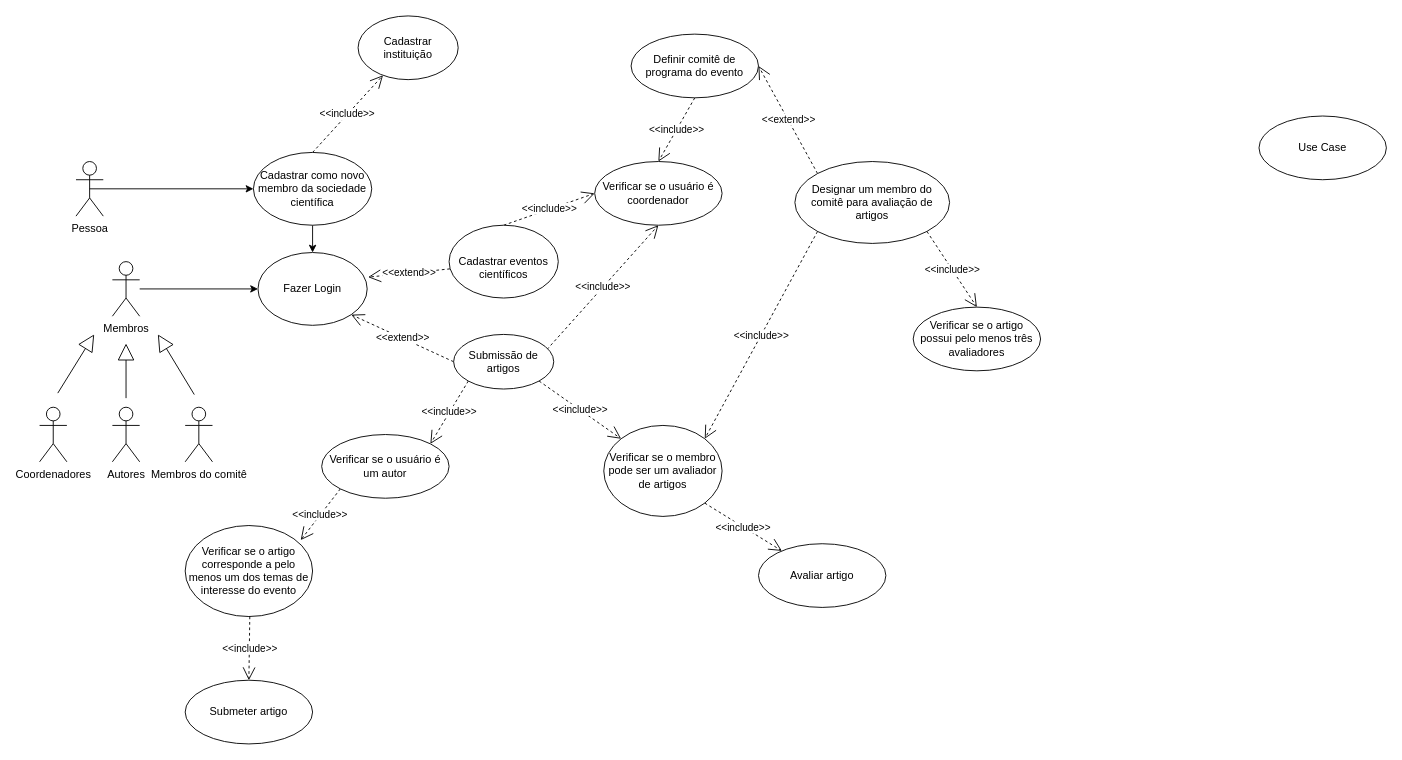
Earlier version of the draw.io diagram Sociedade Científica.drawio (medinajk/estudo-de-caso). Source tidied: cells renumbered, new cells numbered last; positions are measured from the earlier drawing's top-left corner, leaving out a move shared by most shapes. Both pictures are drawn from the tidied source at 91%, with x=0, y=0 at pixel (39, 15).
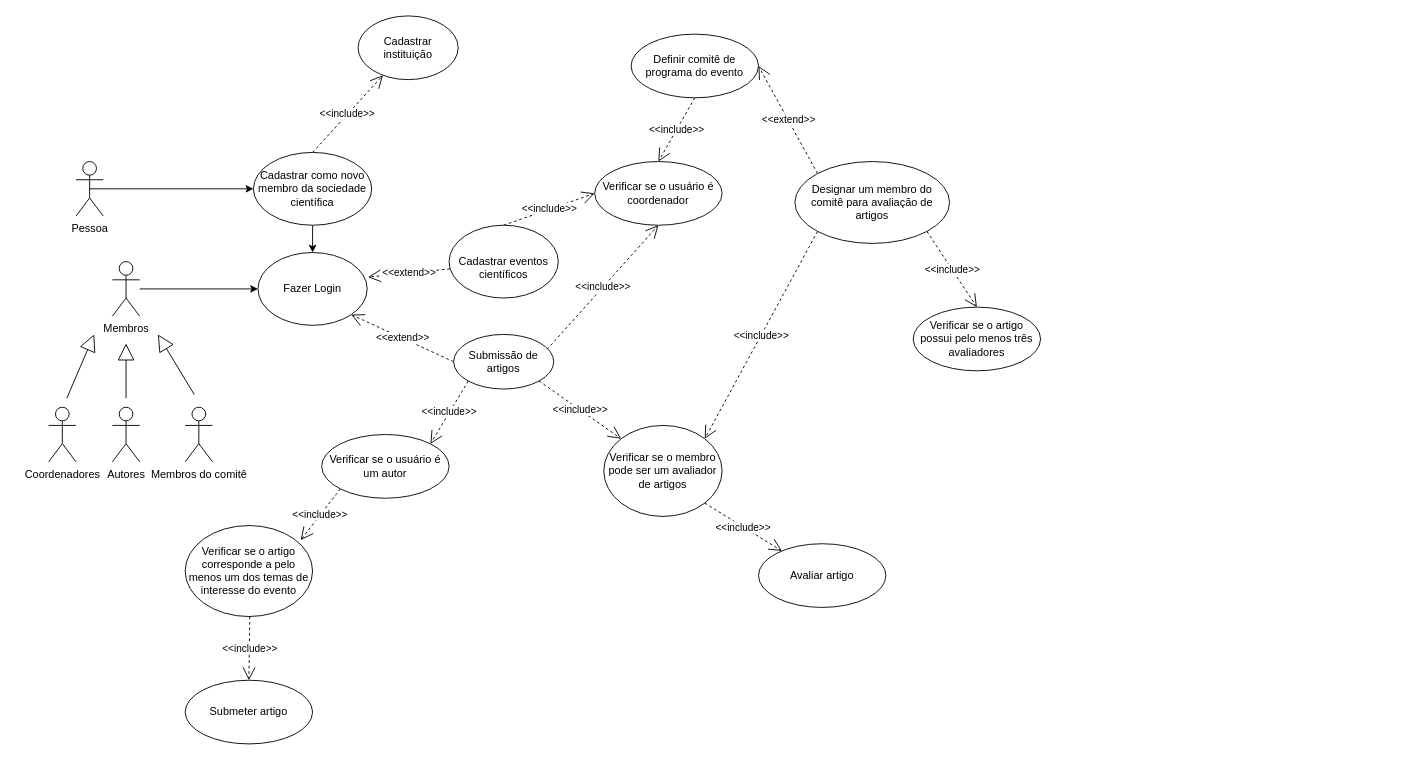
The same page after the edit.

What changed in the source:
```diff
@@
     <mxCell id="4" value="Coordenadores" style="shape=umlActor;verticalLabelPosition=bottom;verticalAlign=top;html=1;" parent="1" vertex="1">
-      <mxGeometry y="430" width="30" height="60" as="geometry" />
+      <mxGeometry x="10" y="430" width="30" height="60" as="geometry" />
     </mxCell>
@@
-    <mxCell id="23" value="Use Case" style="ellipse;whiteSpace=wrap;html=1;" parent="1" vertex="1">
-      <mxGeometry x="1340" y="110" width="140" height="70" as="geometry" />
-    </mxCell>
@@
     <mxCell id="36" style="endArrow=block;endSize=16;endFill=0;html=1;rounded=0;" parent="1" edge="1">
       <mxGeometry relative="1" as="geometry">
-        <mxPoint x="20" y="414.5" as="sourcePoint" />
+        <mxPoint x="30" y="420" as="sourcePoint" />
         <mxPoint x="60" y="350" as="targetPoint" />
       </mxGeometry>
     </mxCell>
```
